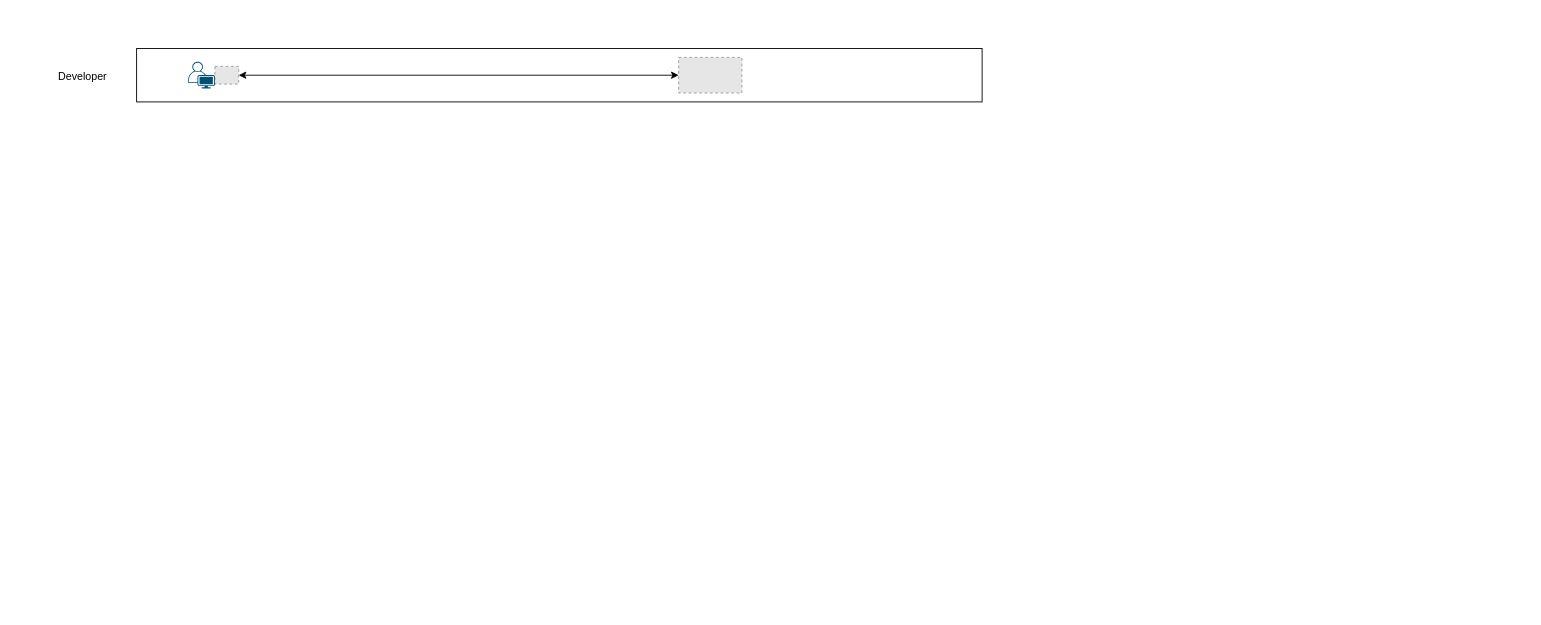
Earlier version of the draw.io diagram Untitled Diagram.drawio (dingzhanxing/Diagram). Source tidied: cells renumbered, new cells numbered last; positions are measured from the earlier drawing's top-left corner, leaving out a move shared by most shapes. Both pictures are drawn from the tidied source at 89%, with x=0, y=0 at pixel (51, 48). Pictures stored in the file or linked from it are replaced by grey dashed boxes.
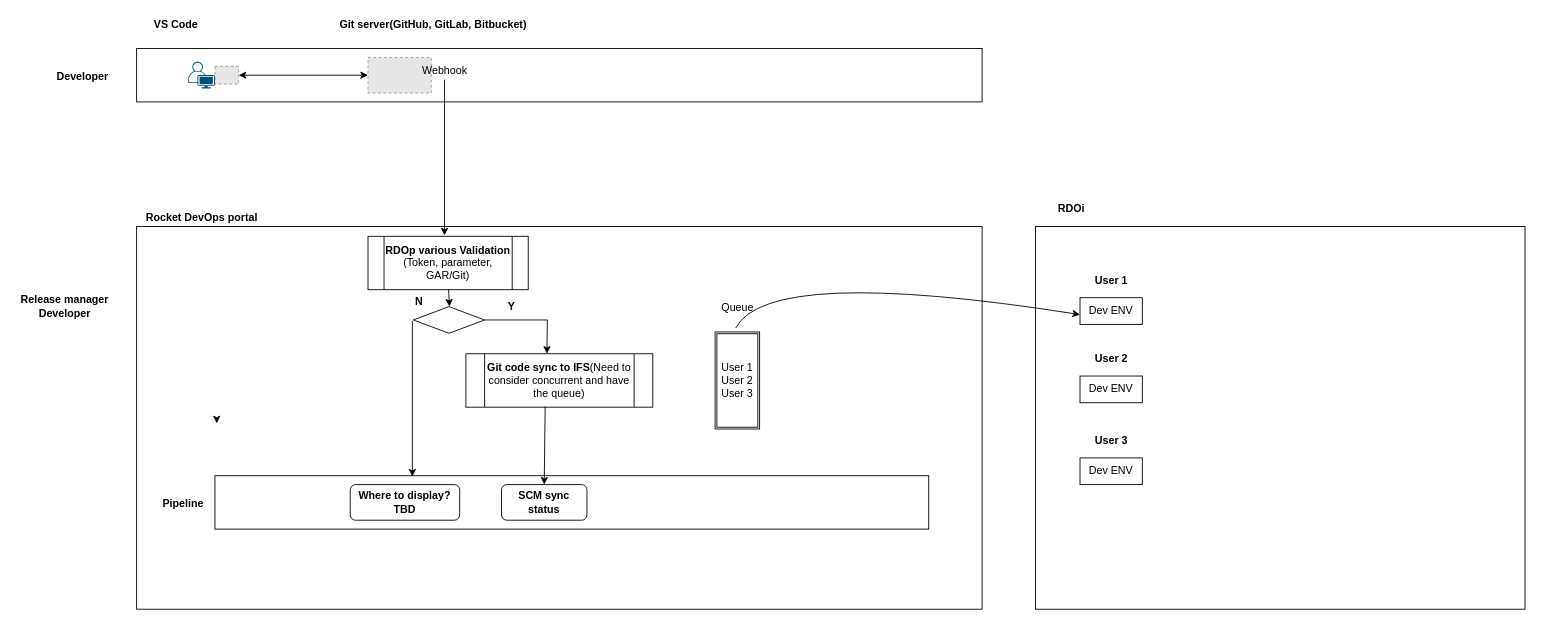
After the change.

The edit, as a diff of the source:
```diff
@@
     <mxCell id="5" style="fillColor=#E6E6E6;strokeColor=#999999;dashed=1;verticalLabelPosition=bottom;labelBackgroundColor=default;verticalAlign=top;" parent="1" vertex="1">
-      <mxGeometry x="705" y="10" width="71.1" height="40" as="geometry" />
+      <mxGeometry x="356" y="10" width="71.1" height="40" as="geometry" />
     </mxCell>
@@
-    <mxCell id="7" value="Developer" style="text;html=1;align=center;verticalAlign=middle;fillColor=none;strokeColor=none;rounded=0;" parent="1" vertex="1">
+    <mxCell id="7" value="&lt;b&gt;Developer&lt;/b&gt;" style="text;html=1;align=center;verticalAlign=middle;fillColor=none;strokeColor=none;rounded=0;" parent="1" vertex="1">
       <mxGeometry y="22" width="70" height="20" as="geometry" />
     </mxCell>
+    <mxCell id="8" style="rounded=0;whiteSpace=wrap;html=1;" parent="1" vertex="1">
+      <mxGeometry x="96" y="200" width="950" height="430" as="geometry" />
+    </mxCell>
+    <mxCell id="9" value="&lt;b&gt;Release manager&lt;br&gt;Developer&lt;/b&gt;" style="text;html=1;align=center;verticalAlign=middle;fillColor=none;strokeColor=none;rounded=0;" parent="1" vertex="1">
+      <mxGeometry x="-40" y="275" width="110" height="30" as="geometry" />
+    </mxCell>
+    <mxCell id="10" value="&lt;b&gt;Rocket DevOps portal&lt;/b&gt;" style="text;html=1;align=center;verticalAlign=middle;fillColor=none;strokeColor=none;rounded=0;" parent="1" vertex="1">
+      <mxGeometry x="99" y="180" width="140" height="20" as="geometry" />
+    </mxCell>
+    <mxCell id="11" value="Webhook" style="text;html=1;align=center;verticalAlign=middle;points=[];fillColor=none;strokeColor=none;rounded=0;" parent="1" vertex="1">
+      <mxGeometry x="407" y="15" width="70" height="20" as="geometry" />
+    </mxCell>
+    <mxCell id="12" style="endArrow=classic;html=1;rounded=0;" parent="1" edge="1" source="11">
+      <mxGeometry relative="1" as="geometry">
+        <mxPoint x="442" y="210" as="targetPoint" />
+      </mxGeometry>
+    </mxCell>
+    <mxCell id="13" style="endArrow=classic;html=1;rounded=0;startArrow=none;" parent="1" edge="1" source="14">
+      <mxGeometry relative="1" as="geometry">
+        <mxPoint x="453" y="314" as="targetPoint" />
+      </mxGeometry>
+    </mxCell>
+    <mxCell id="14" style="rhombus;whiteSpace=wrap;html=1;" parent="1" vertex="1">
+      <mxGeometry x="407" y="290" width="80" height="30" as="geometry" />
+    </mxCell>
+    <mxCell id="15" style="endArrow=classic;html=1;rounded=0;exitX=0.446;exitY=1.046;exitDx=0;exitDy=0;exitPerimeter=0;entryX=0.5;entryY=0;entryDx=0;entryDy=0;" parent="1" edge="1">
+      <mxGeometry relative="1" as="geometry">
+        <mxPoint x="446.5" y="269.3" as="sourcePoint" />
+        <mxPoint x="447.5" y="290" as="targetPoint" />
+      </mxGeometry>
+    </mxCell>
+    <mxCell id="16" style="edgeStyle=orthogonalEdgeStyle;elbow=horizontal;endArrow=classic;html=1;rounded=0;entryX=0.5;entryY=0;entryDx=0;entryDy=0;exitX=1;exitY=0.5;exitDx=0;exitDy=0;" parent="1" edge="1" source="14">
+      <mxGeometry relative="1" as="geometry">
+        <mxPoint x="557" y="343" as="targetPoint" />
+      </mxGeometry>
+    </mxCell>
+    <mxCell id="17" value="&lt;b&gt;N&lt;/b&gt;" style="text;html=1;align=center;verticalAlign=middle;fillColor=none;strokeColor=none;rounded=0;" parent="1" vertex="1">
+      <mxGeometry x="403" y="275" width="20" height="20" as="geometry" />
+    </mxCell>
+    <mxCell id="18" value="&lt;b&gt;Y&lt;/b&gt;" style="text;html=1;align=center;verticalAlign=middle;fillColor=none;strokeColor=none;rounded=0;" parent="1" vertex="1">
+      <mxGeometry x="507" y="280" width="20" height="20" as="geometry" />
+    </mxCell>
+    <mxCell id="19" style="rounded=0;whiteSpace=wrap;html=1;" parent="1" vertex="1">
+      <mxGeometry x="184" y="480" width="802" height="60" as="geometry" />
+    </mxCell>
+    <mxCell id="20" value="&lt;b&gt;Pipeline&lt;/b&gt;" style="text;html=1;align=center;verticalAlign=middle;fillColor=none;strokeColor=none;rounded=0;" parent="1" vertex="1">
+      <mxGeometry x="118" y="502" width="60" height="20" as="geometry" />
+    </mxCell>
+    <mxCell id="21" value="&lt;span&gt;&lt;b&gt;RDOp various Validation&lt;/b&gt;&lt;/span&gt;&lt;br&gt;&lt;span&gt;(Token, parameter, GAR/Git)&lt;/span&gt;" style="shape=process;whiteSpace=wrap;html=1;backgroundOutline=1;" parent="1" vertex="1">
+      <mxGeometry x="356" y="211" width="180" height="60" as="geometry" />
+    </mxCell>
+    <mxCell id="22" value="&lt;b&gt;Git code sync to IFS&lt;/b&gt;(Need to consider concurrent and have the queue)" style="shape=process;whiteSpace=wrap;html=1;backgroundOutline=1;" parent="1" vertex="1">
+      <mxGeometry x="466" y="343" width="210" height="60" as="geometry" />
+    </mxCell>
+    <mxCell id="23" value="&lt;b&gt;SCM sync status&lt;/b&gt;" style="rounded=1;whiteSpace=wrap;html=1;" parent="1" vertex="1">
+      <mxGeometry x="506" y="490" width="96" height="40" as="geometry" />
+    </mxCell>
+    <mxCell id="24" style="endArrow=classic;html=1;rounded=0;exitX=0.424;exitY=0.987;exitDx=0;exitDy=0;exitPerimeter=0;entryX=0.5;entryY=0;entryDx=0;entryDy=0;" parent="1" edge="1" source="22" target="23">
+      <mxGeometry relative="1" as="geometry" />
+    </mxCell>
+    <mxCell id="25" style="edgeStyle=elbowEdgeStyle;elbow=horizontal;endArrow=classic;html=1;rounded=0;" parent="1" edge="1" target="8">
+      <mxGeometry relative="1" as="geometry">
+        <mxPoint x="186" y="420" as="sourcePoint" />
+      </mxGeometry>
+    </mxCell>
+    <mxCell id="26" style="endArrow=classic;html=1;rounded=0;" parent="1" edge="1">
+      <mxGeometry relative="1" as="geometry">
+        <mxPoint x="405.8" y="306" as="sourcePoint" />
+        <mxPoint x="405.8" y="481" as="targetPoint" />
+      </mxGeometry>
+    </mxCell>
+    <mxCell id="27" value="&lt;b&gt;Where to display?&lt;/b&gt;&lt;br&gt;&lt;b&gt;TBD&lt;/b&gt;" style="rounded=1;whiteSpace=wrap;html=1;" parent="1" vertex="1">
+      <mxGeometry x="336" y="490" width="123" height="40" as="geometry" />
+    </mxCell>
+    <mxCell id="28" style="rounded=0;whiteSpace=wrap;html=1;" parent="1" vertex="1">
+      <mxGeometry x="1106" y="200" width="550" height="430" as="geometry" />
+    </mxCell>
+    <mxCell id="29" value="&lt;b&gt;VS Code&lt;/b&gt;" style="text;html=1;align=center;verticalAlign=middle;fillColor=none;strokeColor=none;rounded=0;" parent="1" vertex="1">
+      <mxGeometry x="110" y="-37" width="60" height="20" as="geometry" />
+    </mxCell>
+    <mxCell id="30" value="&lt;b&gt;Git server(GitHub, GitLab, Bitbucket)&lt;/b&gt;" style="text;html=1;align=center;verticalAlign=middle;fillColor=none;strokeColor=none;rounded=0;" parent="1" vertex="1">
+      <mxGeometry x="314" y="-37" width="230" height="20" as="geometry" />
+    </mxCell>
+    <mxCell id="31" value="&lt;b&gt;RDOi&lt;/b&gt;" style="text;html=1;align=center;verticalAlign=middle;fillColor=none;strokeColor=none;rounded=0;" parent="1" vertex="1">
+      <mxGeometry x="1121" y="170" width="50" height="20" as="geometry" />
+    </mxCell>
+    <mxCell id="32" value="Dev ENV" style="rounded=0;whiteSpace=wrap;html=1;" parent="1" vertex="1">
+      <mxGeometry x="1156" y="280" width="70" height="30" as="geometry" />
+    </mxCell>
+    <mxCell id="33" value="&lt;b&gt;User 1&lt;/b&gt;" style="text;html=1;align=center;verticalAlign=middle;fillColor=none;strokeColor=none;rounded=0;" parent="1" vertex="1">
+      <mxGeometry x="1166" y="251" width="50" height="20" as="geometry" />
+    </mxCell>
+    <mxCell id="34" value="Dev ENV" style="rounded=0;whiteSpace=wrap;html=1;" parent="1" vertex="1">
+      <mxGeometry x="1156" y="368" width="70" height="30" as="geometry" />
+    </mxCell>
+    <mxCell id="35" value="&lt;b&gt;User 2&lt;/b&gt;" style="text;html=1;align=center;verticalAlign=middle;fillColor=none;strokeColor=none;rounded=0;" parent="1" vertex="1">
+      <mxGeometry x="1166" y="339" width="50" height="20" as="geometry" />
+    </mxCell>
+    <mxCell id="36" value="Dev ENV" style="rounded=0;whiteSpace=wrap;html=1;" parent="1" vertex="1">
+      <mxGeometry x="1156" y="460" width="70" height="30" as="geometry" />
+    </mxCell>
+    <mxCell id="37" value="&lt;b&gt;User 3&lt;/b&gt;" style="text;html=1;align=center;verticalAlign=middle;fillColor=none;strokeColor=none;rounded=0;" parent="1" vertex="1">
+      <mxGeometry x="1166" y="431" width="50" height="20" as="geometry" />
+    </mxCell>
+    <mxCell id="38" value="User 1&lt;br&gt;User 2&lt;br&gt;User 3&lt;br&gt;" style="shape=ext;double=1;rounded=0;whiteSpace=wrap;html=1;" parent="1" vertex="1">
+      <mxGeometry x="746" y="318.5" width="50" height="109" as="geometry" />
+    </mxCell>
+    <mxCell id="39" value="Queue" style="text;html=1;align=center;verticalAlign=middle;fillColor=none;strokeColor=none;rounded=0;" parent="1" vertex="1">
+      <mxGeometry x="746" y="281" width="50" height="20" as="geometry" />
+    </mxCell>
+    <mxCell id="40" style="curved=1;endArrow=classic;html=1;rounded=0;entryX=0;entryY=0.5;entryDx=0;entryDy=0;exitX=0.465;exitY=1.45;exitDx=0;exitDy=0;exitPerimeter=0;" parent="1" edge="1">
+      <mxGeometry relative="1" as="geometry">
+        <mxPoint x="769.2" y="314" as="sourcePoint" />
+        <mxPoint x="1156" y="299" as="targetPoint" />
+        <Array as="points">
+          <mxPoint x="806" y="244" />
+        </Array>
+      </mxGeometry>
+    </mxCell>
```
